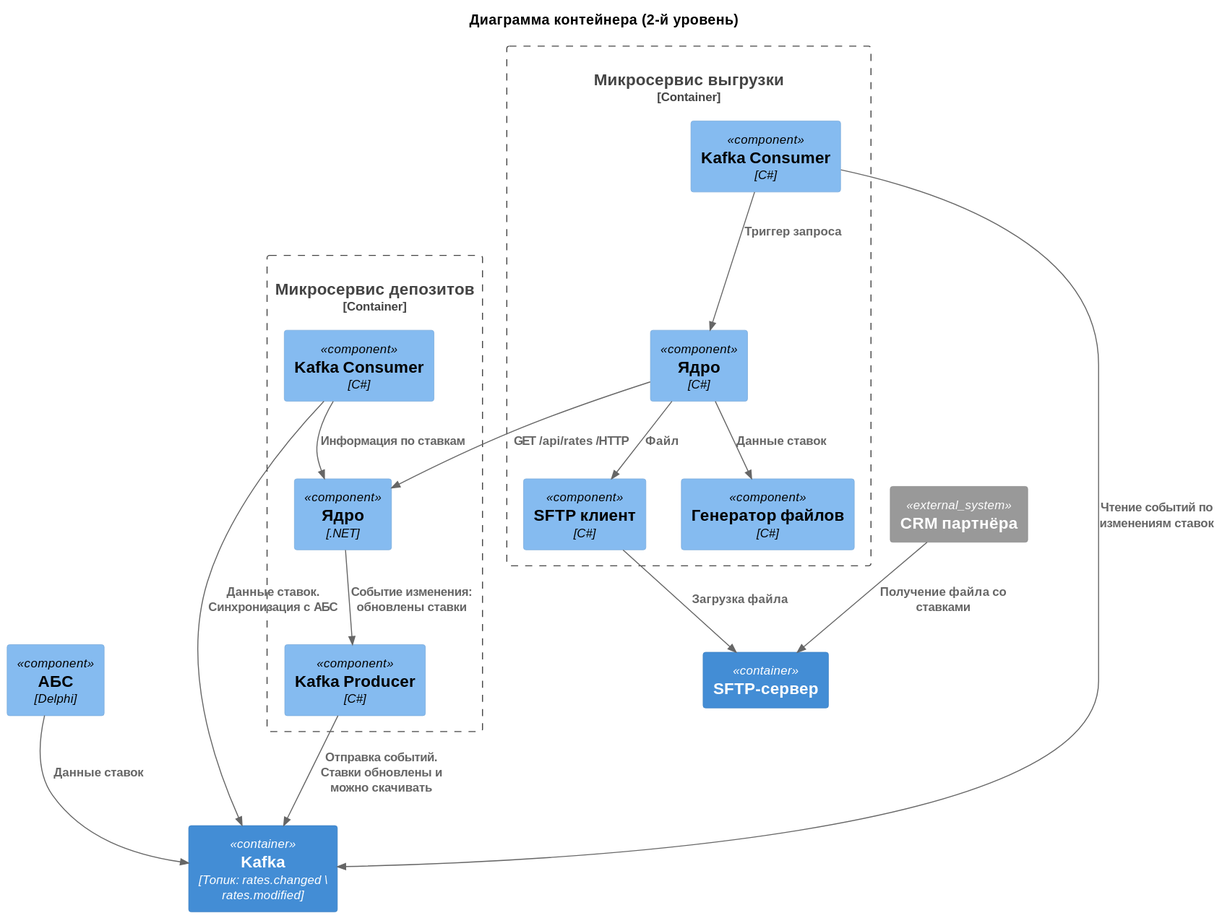
Before: out/task4/container/container.svg, a diagram exported from PlantUML (bofeof/architecture-standart).
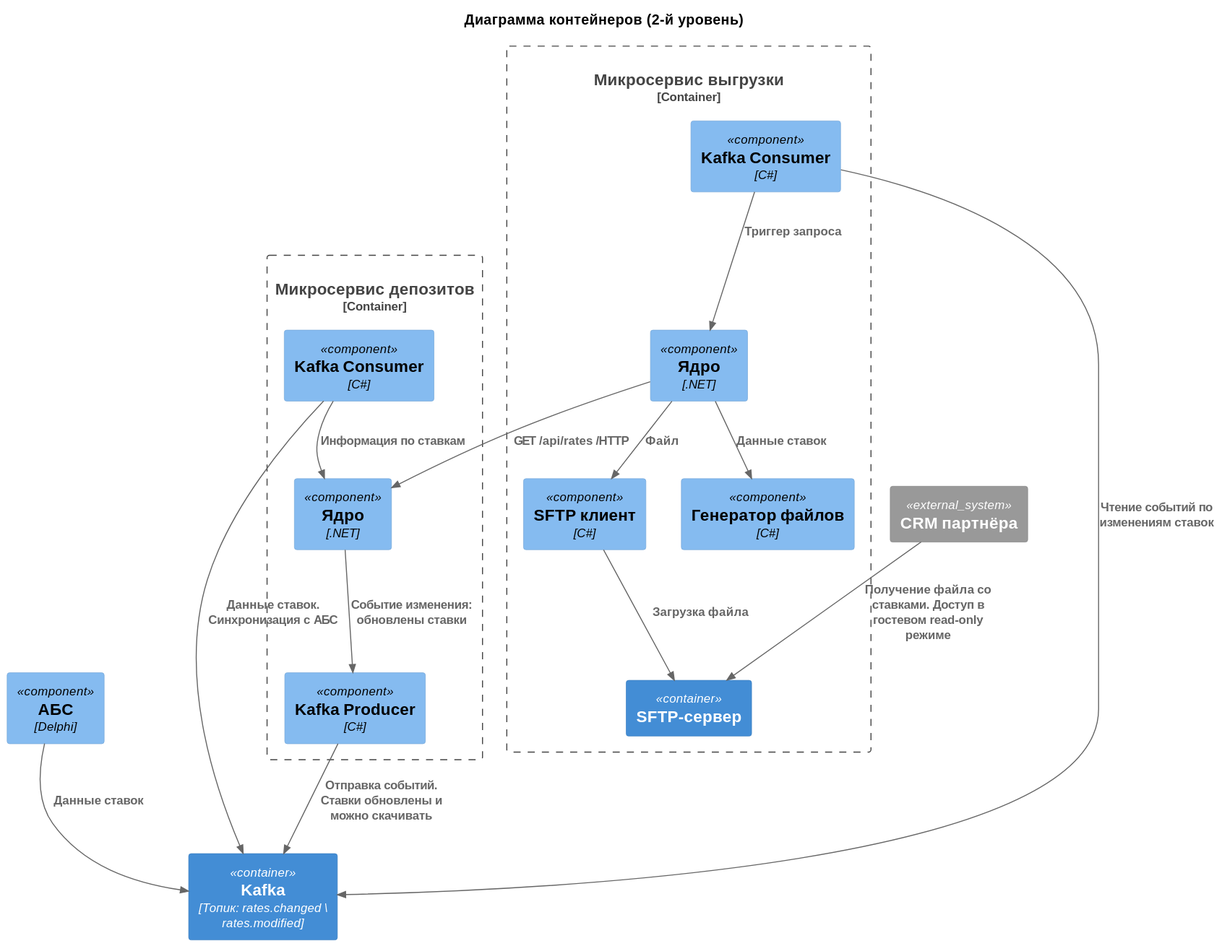
The same file after the commit.

Commit message:
fix: sftp description

The edit, as a diff of the source:
```diff
@@ -1,7 +1,7 @@
 @startuml
 !include <C4/C4_Component>
 
-title Диаграмма контейнера (2-й уровень)
+title Диаграмма контейнеров (2-й уровень)
 
 Component(abs, "АБС", "Delphi")
 System_Ext(partnerCrm, "CRM партнёра")
@@ -18,9 +18,9 @@
 Container_Boundary(export_svc, "Микросервис выгрузки") {
     Component(sftpUploader, "SFTP клиент", "C#")
     Component(kafkaConsumer, "Kafka Consumer", "C#")
-    Component(rate_fetcher, "Ядро", "C#")
+    Component(rate_fetcher, "Ядро", ".NET")
     Component(file_generator, "Генератор файлов", "C#")
-
+    Container(sftp, "SFTP-сервер")
 
     Rel(kafkaConsumer, rate_fetcher, "Триггер запроса")
     Rel(rate_fetcher, core, "GET /api/rates /HTTP")
@@ -30,12 +30,12 @@
 
 
 Container(kafka, "Kafka", "Топик: rates.changed \ rates.modified")
-Container(sftp, "SFTP-сервер")
+
 
 Rel(kafkaConsumerDeposit, kafka,  "Данные ставок. Cинхронизация с АБС")
 Rel(abs, kafka, "Данные ставок")
 Rel(kafkaProducer, kafka, "Отправка событий. Ставки обновлены и можно скачивать")
 Rel(kafkaConsumer, kafka, "Чтение событий по изменениям ставок")
 Rel(sftpUploader, sftp, "Загрузка файла")
-Rel(partnerCrm, sftp, "Получение файла со ставками")
+Rel(partnerCrm, sftp, "Получение файла со ставками. Доступ в гостевом read-only режиме")
 @enduml
```
